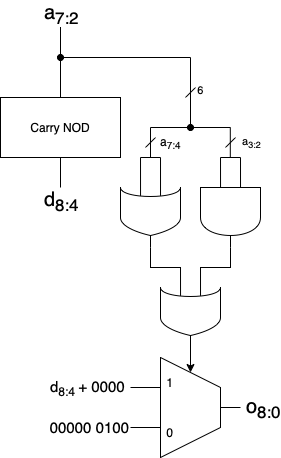
savedbyawaif/ApproxNOD keeps this draw.io diagram as Logic Diagrams/APPROX_8BIT_NOD.png. Above is the earlier version. Source tidied: cells renumbered, new cells last; positions are measured from the earlier drawing's top-left corner, leaving out a move shared by most shapes.
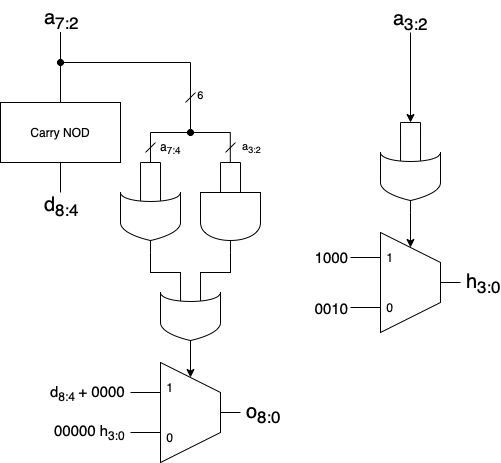
The same diagram one commit later.

Change to the diagram source:
```diff
@@ -175,8 +175,80 @@
     <mxCell id="37" style="edgeStyle=orthogonalEdgeStyle;rounded=0;jettySize=auto;html=1;entryX=0.5;entryY=0.15;entryDx=0;entryDy=0;entryPerimeter=0;" parent="1" edge="1" source="5" target="31">
       <mxGeometry relative="1" as="geometry" />
     </mxCell>
-    <mxCell id="38" value="&lt;font style=&quot;font-size: 15px;&quot;&gt;00000 0100&lt;/font&gt;" style="text;html=1;align=center;verticalAlign=middle;strokeColor=none;fillColor=none;" parent="1" vertex="1">
-      <mxGeometry x="39" y="385" width="100" height="30" as="geometry" />
+    <mxCell id="38" value="&lt;font style=&quot;font-size: 15px;&quot;&gt;00000 h&lt;sub&gt;3:0&lt;/sub&gt;&lt;/font&gt;" style="text;html=1;align=center;verticalAlign=middle;strokeColor=none;fillColor=none;" parent="1" vertex="1">
+      <mxGeometry x="44" y="385" width="90" height="30" as="geometry" />
     </mxCell>
+    <mxCell id="39" style="edgeStyle=orthogonalEdgeStyle;rounded=0;jettySize=auto;html=1;exitX=0.14;exitY=0.666;exitDx=0;exitDy=0;exitPerimeter=0;endArrow=none;endFill=0;" parent="1" edge="1" source="41">
+      <mxGeometry relative="1" as="geometry">
+        <mxPoint x="400" y="90" as="targetPoint" />
+      </mxGeometry>
+    </mxCell>
+    <mxCell id="40" style="edgeStyle=orthogonalEdgeStyle;rounded=0;jettySize=auto;html=1;exitX=0.14;exitY=0.333;exitDx=0;exitDy=0;exitPerimeter=0;endArrow=none;endFill=0;" parent="1" edge="1" source="41">
+      <mxGeometry relative="1" as="geometry">
+        <mxPoint x="420" y="90" as="targetPoint" />
+      </mxGeometry>
+    </mxCell>
+    <mxCell id="41" style="shape=(stored shape, 432 characters);whiteSpace=wrap;html=1;fontSize=10;direction=south;" parent="1" vertex="1">
+      <mxGeometry x="380" y="120" width="60" height="60" as="geometry" />
+    </mxCell>
+    <mxCell id="42" style="endArrow=none;html=1;rounded=1;curved=0;" parent="1" edge="1">
+      <mxGeometry relative="1" as="geometry">
+        <mxPoint x="400" y="90" as="sourcePoint" />
+        <mxPoint x="420" y="90" as="targetPoint" />
+      </mxGeometry>
+    </mxCell>
+    <mxCell id="43" style="endArrow=classic;html=1;rounded=0;" parent="1" edge="1">
+      <mxGeometry relative="1" as="geometry">
+        <mxPoint x="410" as="sourcePoint" />
+        <mxPoint x="410" y="90" as="targetPoint" />
+      </mxGeometry>
+    </mxCell>
+    <mxCell id="44" value="&lt;font style=&quot;font-size: 20px;&quot;&gt;a&lt;sub&gt;3:2&lt;/sub&gt;&lt;/font&gt;" style="text;html=1;align=center;verticalAlign=middle;strokeColor=none;fillColor=none;" parent="1" vertex="1">
+      <mxGeometry x="380" y="-32" width="60" height="40" as="geometry" />
+    </mxCell>
+    <mxCell id="45" style="edgeStyle=orthogonalEdgeStyle;rounded=0;jettySize=auto;html=1;exitX=1;exitY=0.5;exitDx=0;exitDy=0;exitPerimeter=0;entryX=0.5;entryY=0.15;entryDx=0;entryDy=0;entryPerimeter=0;" parent="1" edge="1" source="41">
+      <mxGeometry relative="1" as="geometry">
+        <mxPoint x="410" y="215" as="targetPoint" />
+      </mxGeometry>
+    </mxCell>
+    <mxCell id="46" style="edgeStyle=orthogonalEdgeStyle;rounded=0;jettySize=auto;html=1;exitX=1;exitY=0.5;exitDx=0;exitDy=0;exitPerimeter=0;endArrow=none;endFill=0;" parent="1" edge="1" source="48">
+      <mxGeometry relative="1" as="geometry">
+        <mxPoint x="460" y="250" as="targetPoint" />
+      </mxGeometry>
+    </mxCell>
+    <mxCell id="47" value="&lt;font&gt;&lt;sub&gt;&lt;span style=&quot;font-size: 20px;&quot;&gt;h&lt;sub&gt;3:0&lt;/sub&gt;&lt;/span&gt;&lt;/sub&gt;&lt;/font&gt;" style="edgeLabel;html=1;align=center;verticalAlign=middle;labelBackgroundColor=none;" parent="46" vertex="1">
+      <mxGeometry relative="1" as="geometry">
+        <mxPoint x="32" as="offset" />
+      </mxGeometry>
+    </mxCell>
+    <mxCell id="48" style="shape=(stored shape, 364 characters);whiteSpace=wrap;html=1;" parent="1" vertex="1">
+      <mxGeometry x="380" y="200" width="60" height="100" as="geometry" />
+    </mxCell>
+    <mxCell id="49" style="edgeStyle=orthogonalEdgeStyle;rounded=0;jettySize=auto;html=1;endArrow=none;endFill=0;" parent="1" edge="1" source="51">
+      <mxGeometry relative="1" as="geometry">
+        <mxPoint x="350" y="225" as="targetPoint" />
+      </mxGeometry>
+    </mxCell>
+    <mxCell id="50" value="&lt;font style=&quot;font-size: 15px;&quot;&gt;1000&lt;/font&gt;" style="edgeLabel;html=1;align=center;verticalAlign=middle;labelBackgroundColor=none;" parent="49" vertex="1">
+      <mxGeometry x="1" relative="1" as="geometry">
+        <mxPoint x="-19" as="offset" />
+      </mxGeometry>
+    </mxCell>
+    <mxCell id="51" value="1" style="text;strokeColor=none;align=center;fillColor=none;html=1;verticalAlign=middle;whiteSpace=wrap;rounded=0;" parent="1" vertex="1">
+      <mxGeometry x="380" y="210" width="20" height="30" as="geometry" />
+    </mxCell>
+    <mxCell id="52" style="edgeStyle=orthogonalEdgeStyle;rounded=0;jettySize=auto;html=1;exitX=0;exitY=0.5;exitDx=0;exitDy=0;endArrow=none;endFill=0;" parent="1" edge="1" source="54">
+      <mxGeometry relative="1" as="geometry">
+        <mxPoint x="350" y="275" as="targetPoint" />
+      </mxGeometry>
+    </mxCell>
+    <mxCell id="53" value="&lt;font style=&quot;font-size: 15px;&quot;&gt;0010&lt;/font&gt;" style="edgeLabel;html=1;align=center;verticalAlign=middle;labelBackgroundColor=none;" parent="52" vertex="1">
+      <mxGeometry x="0.87" y="1" relative="1" as="geometry">
+        <mxPoint x="-22" y="-1" as="offset" />
+      </mxGeometry>
+    </mxCell>
+    <mxCell id="54" value="0" style="text;strokeColor=none;align=center;fillColor=none;html=1;verticalAlign=middle;whiteSpace=wrap;rounded=0;" parent="1" vertex="1">
+      <mxGeometry x="380" y="260" width="20" height="30" as="geometry" />
+    </mxCell>
   </root>
 </mxGraphModel>
```
